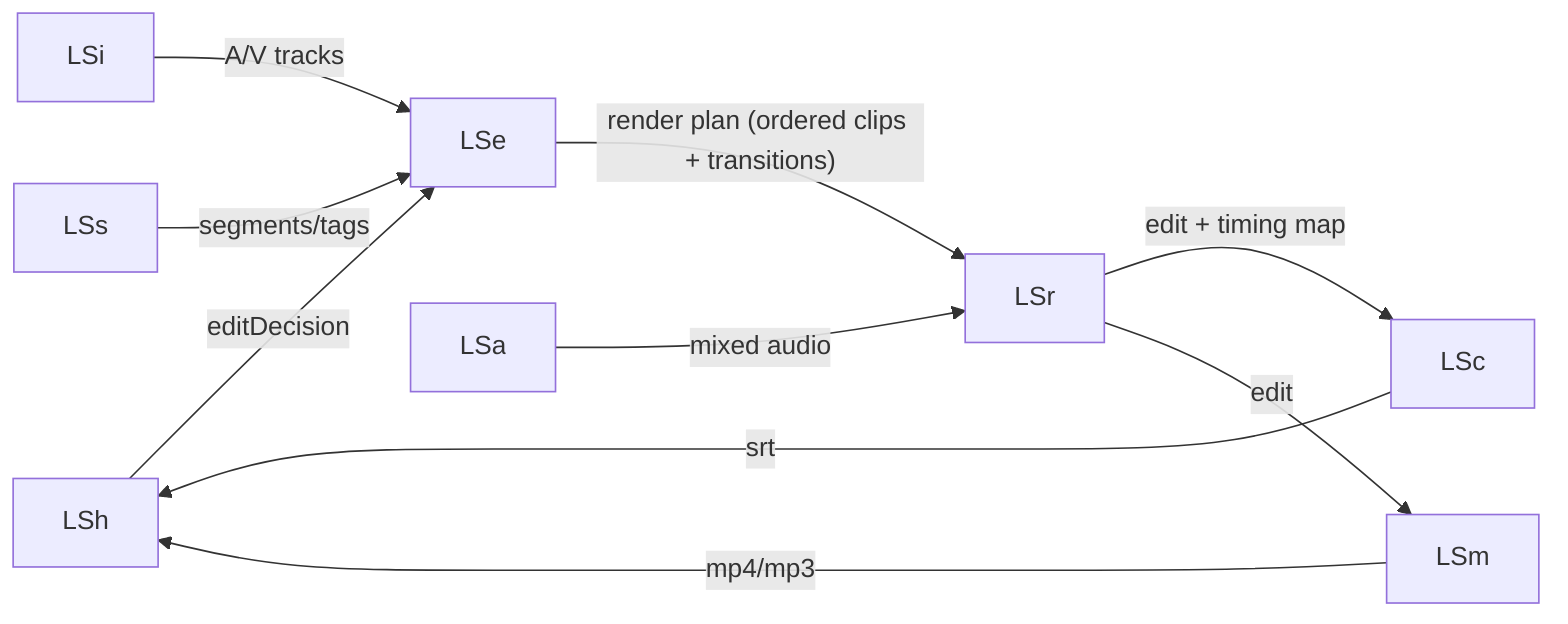
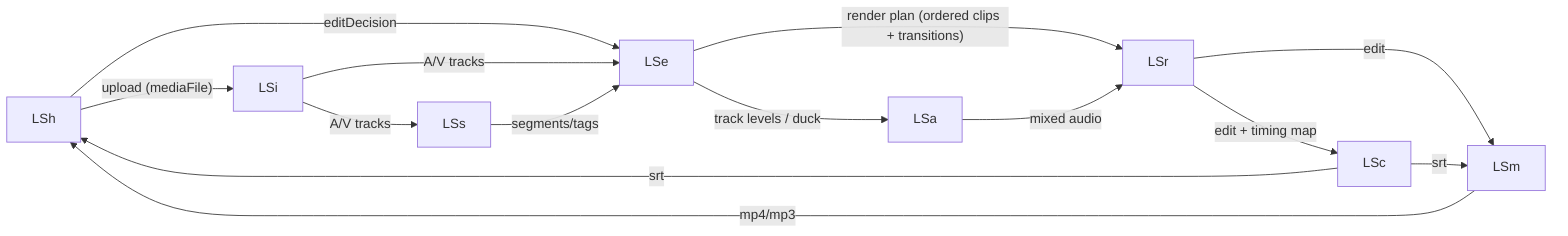
flowchart LR
+   LSh -- "upload (mediaFile)" --> LSi
  LSh -- editDecision --> LSe
  LSi -- "A/V tracks" --> LSe
+   LSi -- "A/V tracks" --> LSs
  LSs -- "segments/tags" --> LSe
  LSe -- "render plan (ordered clips + transitions)" --> LSr
+   LSe -- "track levels / duck" --> LSa
  LSa -- "mixed audio" --> LSr
  LSr -- "edit + timing map" --> LSc
  LSr -- "edit" --> LSm
  LSc -- srt --> LSh
+   LSc -- srt --> LSm
  LSm -- "mp4/mp3" --> LSh
